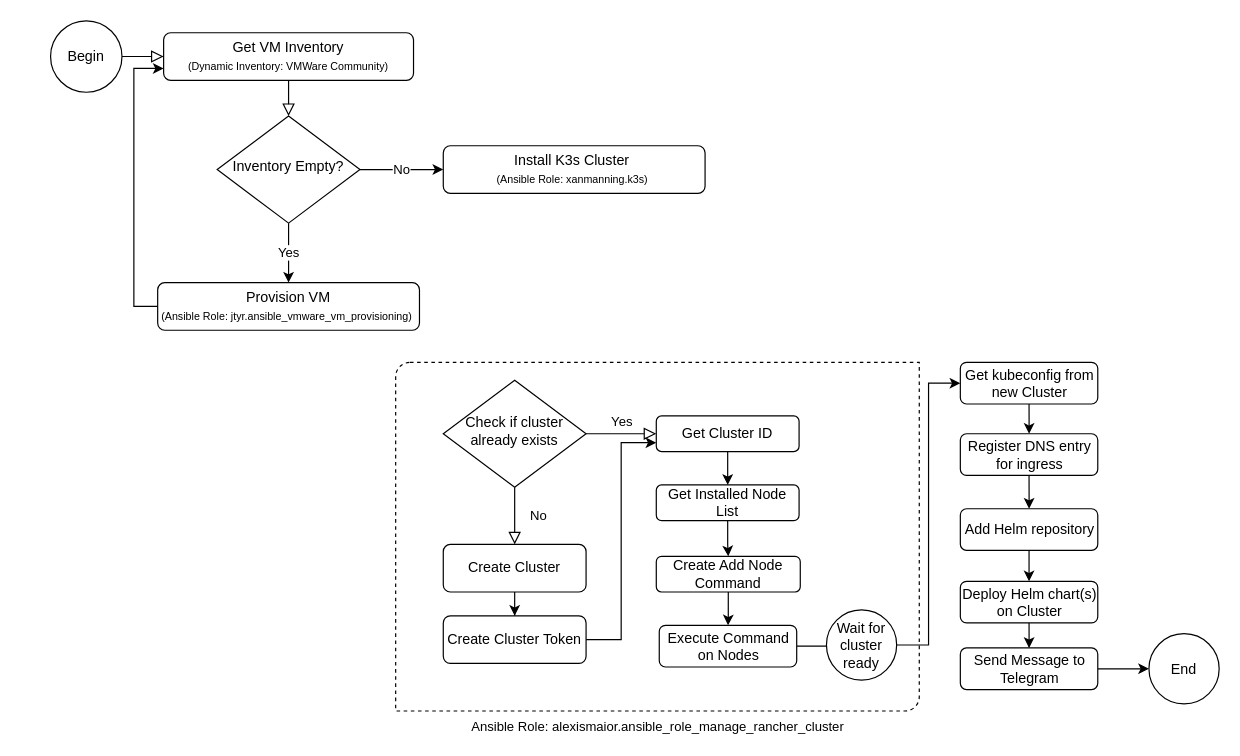
alexismaior/diagrams keeps this draw.io diagram as Ansible-Playbook-Create-K3S-Full.drawio. Above is the earlier version. Source tidied: cells renumbered, new cells numbered last; positions are measured from the earlier drawing's top-left corner, leaving out a move shared by most shapes. Both pictures are drawn from the tidied source at 119%, with x=0, y=0 at pixel (50, 20).
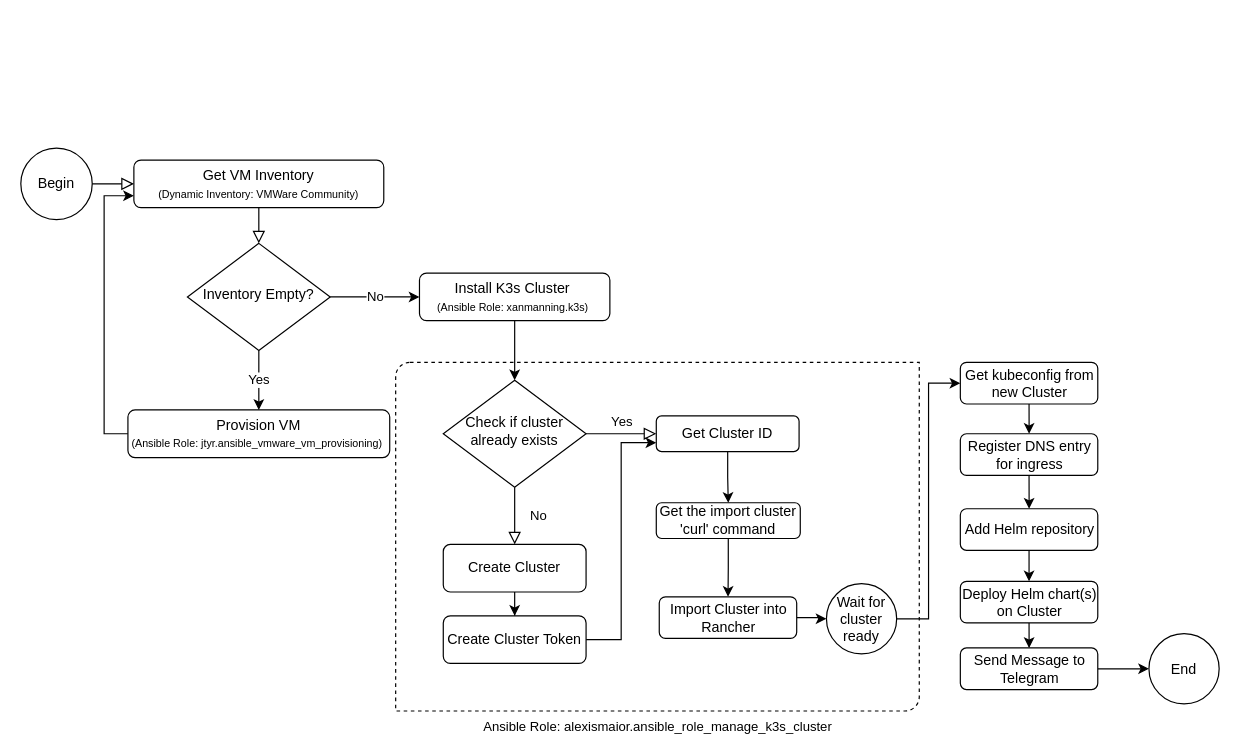
After the change.

The change refers to these unchanged cells:
```xml
<mxCell id="6" value="Check if cluster already exists" style="rhombus;whiteSpace=wrap;html=1;shadow=0;fontFamily=Helvetica;fontSize=12;align=center;strokeWidth=1;spacing=6;spacingTop=-4;" parent="1" vertex="1">
  <mxGeometry x="330" y="302" width="120" height="90" as="geometry" />
</mxCell>
<mxCell id="13" value="Get Cluster ID" style="whiteSpace=wrap;html=1;rounded=1;shadow=0;strokeWidth=1;glass=0;" parent="1" vertex="1">
  <mxGeometry x="509" y="332" width="120" height="30" as="geometry" />
</mxCell>
```

The edit, as a diff of the source:
```diff
@@
-    <mxCell id="2" value="Ansible Role:&amp;nbsp;alexismaior.ansible_role_manage_rancher_cluster&lt;br&gt;" style="verticalLabelPosition=bottom;verticalAlign=top;html=1;shape=mxgraph.basic.diag_round_rect;dx=6;fontSize=11;labelBackgroundColor=none;fillColor=none;dashed=1;" parent="1" vertex="1">
+    <mxCell id="2" value="Ansible Role:&amp;nbsp;alexismaior.ansible_role_manage_k3s_cluster" style="verticalLabelPosition=bottom;verticalAlign=top;html=1;shape=mxgraph.basic.diag_round_rect;dx=6;fontSize=11;labelBackgroundColor=none;fillColor=none;dashed=1;" parent="1" vertex="1">
       <mxGeometry x="290" y="287" width="440" height="293" as="geometry" />
     </mxCell>
@@
     <mxCell id="9" value="Begin" style="ellipse;whiteSpace=wrap;html=1;" parent="1" vertex="1">
-      <mxGeometry width="60" height="60" as="geometry" />
+      <mxGeometry x="-25" y="107" width="60" height="60" as="geometry" />
     </mxCell>
@@
-    <mxCell id="12" style="edgeStyle=orthogonalEdgeStyle;rounded=0;jettySize=auto;html=1;entryX=0.5;entryY=0;entryDx=0;entryDy=0;" parent="1" edge="1" source="13" target="15">
-      <mxGeometry relative="1" as="geometry" />
-    </mxCell>
@@
-    <mxCell id="14" style="edgeStyle=orthogonalEdgeStyle;rounded=0;jettySize=auto;html=1;" parent="1" edge="1" source="15" target="17">
+    <mxCell id="14" style="edgeStyle=orthogonalEdgeStyle;rounded=0;jettySize=auto;html=1;exitX=0.5;exitY=1;exitDx=0;exitDy=0;" parent="1" edge="1" source="13" target="17">
       <mxGeometry relative="1" as="geometry" />
     </mxCell>
-    <mxCell id="15" value="Get Installed Node List" style="whiteSpace=wrap;html=1;rounded=1;shadow=0;strokeWidth=1;glass=0;" parent="1" vertex="1">
-      <mxGeometry x="509" y="390" width="120" height="30" as="geometry" />
-    </mxCell>
@@
-    <mxCell id="17" value="Create Add Node Command" style="whiteSpace=wrap;html=1;rounded=1;shadow=0;strokeWidth=1;glass=0;" parent="1" vertex="1">
-      <mxGeometry x="509" y="450" width="121" height="30" as="geometry" />
+    <mxCell id="17" value="Get the import cluster 'curl' command" style="whiteSpace=wrap;html=1;rounded=1;shadow=0;strokeWidth=1;glass=0;" parent="1" vertex="1">
+      <mxGeometry x="509" y="405" width="121" height="30" as="geometry" />
     </mxCell>
-    <mxCell id="18" style="edgeStyle=orthogonalEdgeStyle;rounded=0;jettySize=auto;html=1;exitX=1;exitY=0.5;exitDx=0;exitDy=0;entryX=0;entryY=0.5;entryDx=0;entryDy=0;" parent="1" edge="1" source="19">
-      <mxGeometry relative="1" as="geometry">
-        <mxPoint x="690" y="525.5" as="targetPoint" />
-      </mxGeometry>
+    <mxCell id="18" style="edgeStyle=orthogonalEdgeStyle;rounded=0;jettySize=auto;html=1;exitX=1;exitY=0.5;exitDx=0;exitDy=0;" parent="1" edge="1" source="19" target="21">
+      <mxGeometry relative="1" as="geometry" />
     </mxCell>
-    <mxCell id="19" value="Execute Command on Nodes" style="whiteSpace=wrap;html=1;rounded=1;shadow=0;strokeWidth=1;glass=0;" parent="1" vertex="1">
-      <mxGeometry x="511.5" y="508" width="115.5" height="35" as="geometry" />
+    <mxCell id="19" value="Import Cluster into Rancher" style="whiteSpace=wrap;html=1;rounded=1;shadow=0;strokeWidth=1;glass=0;" parent="1" vertex="1">
+      <mxGeometry x="511.5" y="484" width="115.5" height="35" as="geometry" />
     </mxCell>
@@
     <mxCell id="21" value="Wait for cluster ready" style="ellipse;whiteSpace=wrap;html=1;" parent="1" vertex="1">
-      <mxGeometry x="652" y="495" width="59" height="59" as="geometry" />
+      <mxGeometry x="652" y="473" width="59" height="59" as="geometry" />
     </mxCell>
@@
     <mxCell id="25" value="Inventory Empty?" style="rhombus;whiteSpace=wrap;html=1;shadow=0;fontFamily=Helvetica;fontSize=12;align=center;strokeWidth=1;spacing=6;spacingTop=-4;" parent="1" vertex="1">
-      <mxGeometry x="140" y="80" width="120" height="90" as="geometry" />
+      <mxGeometry x="115" y="187" width="120" height="90" as="geometry" />
     </mxCell>
@@
     <mxCell id="27" value="Provision VM &lt;br&gt;&lt;font style=&quot;font-size: 9px&quot;&gt;(Ansible Role:&amp;nbsp;jtyr.ansible_vmware_vm_provisioning)&amp;nbsp;&lt;/font&gt;" style="rounded=1;whiteSpace=wrap;html=1;fontSize=12;glass=0;strokeWidth=1;shadow=0;" parent="1" vertex="1">
-      <mxGeometry x="90" y="220" width="220" height="40" as="geometry" />
+      <mxGeometry x="65" y="327" width="220" height="40" as="geometry" />
     </mxCell>
     <mxCell id="28" value="Get VM Inventory&lt;br&gt;&lt;span style=&quot;font-size: 9px&quot;&gt;(Dynamic Inventory:&amp;nbsp;VMWare Community)&lt;/span&gt;" style="rounded=1;whiteSpace=wrap;html=1;fontSize=12;glass=0;strokeWidth=1;shadow=0;" parent="1" vertex="1">
-      <mxGeometry x="95" y="10" width="210" height="40" as="geometry" />
+      <mxGeometry x="70" y="117" width="210" height="40" as="geometry" />
     </mxCell>
@@
+    <mxCell id="41" style="edgeStyle=orthogonalEdgeStyle;rounded=0;jettySize=auto;html=1;exitX=0.5;exitY=1;exitDx=0;exitDy=0;entryX=0.5;entryY=0;entryDx=0;entryDy=0;" parent="1" edge="1" source="40" target="6">
+      <mxGeometry relative="1" as="geometry" />
+    </mxCell>
     <mxCell id="40" value="&lt;font&gt;Install K3s Cluster&amp;nbsp;&lt;br&gt;&lt;/font&gt;&lt;font style=&quot;font-size: 9px&quot;&gt;(Ansible Role: xanmanning.k3s)&amp;nbsp;&lt;/font&gt;" style="rounded=1;whiteSpace=wrap;html=1;fontSize=12;glass=0;strokeWidth=1;shadow=0;" parent="1" vertex="1">
-      <mxGeometry x="330" y="105" width="220" height="40" as="geometry" />
+      <mxGeometry x="310" y="212" width="160" height="40" as="geometry" />
     </mxCell>
```
